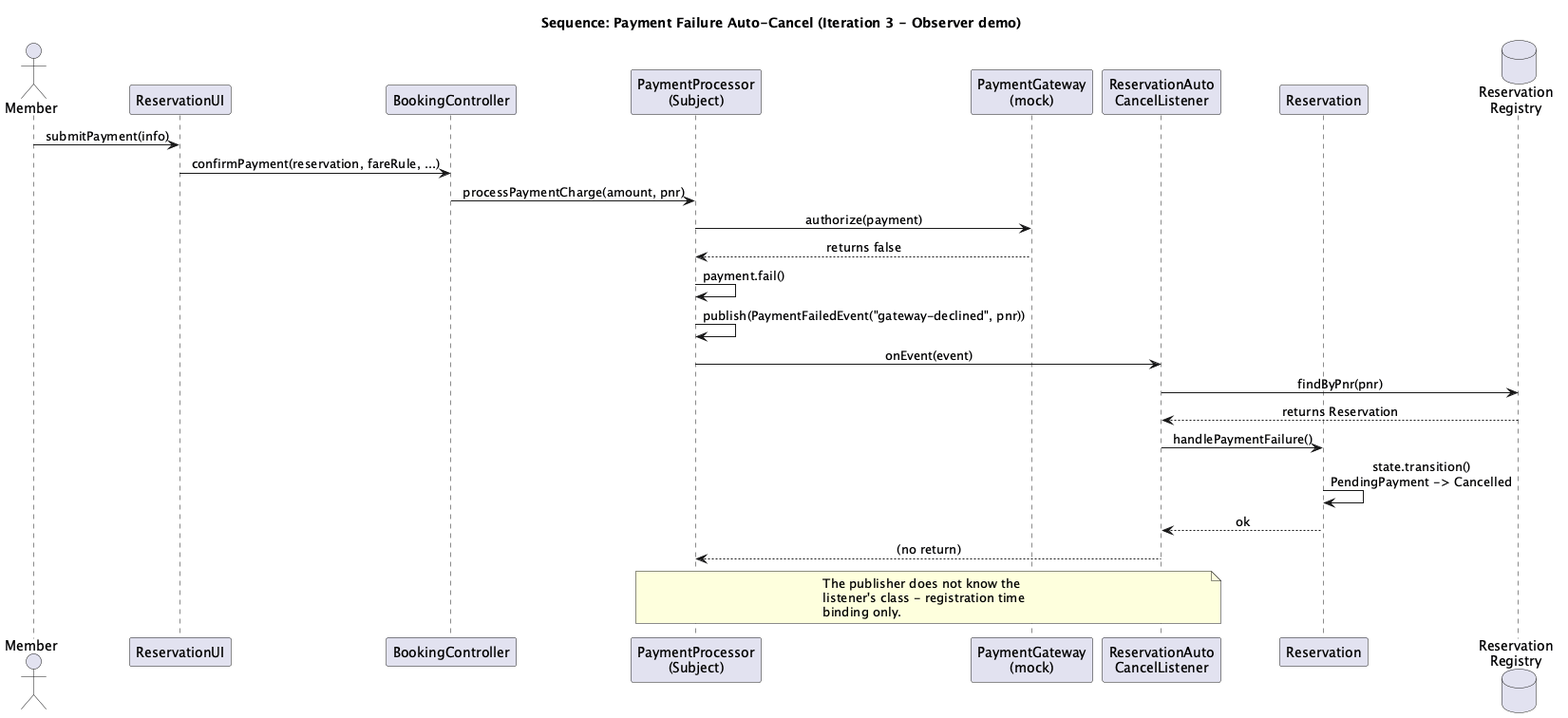
gimjungwook/KoreanAirReservationDomain keeps this PlantUML diagram as docs/diagrams/iter3-puml/sequence-payment-failure.png. Above is the earlier version. Source of this version:
```plantuml
@startuml sequence-payment-failure
title Sequence: Payment Failure Auto-Cancel (Iteration 3 - Observer demo)
skinparam sequenceMessageAlign center
skinparam sequenceFontSize 12

actor Member
participant "ReservationUI" as UI
participant "BookingController" as BC
participant "PaymentProcessor\n(Subject)" as PP
participant "PaymentGateway\n(mock)" as PG
participant "ReservationAuto\nCancelListener" as L
participant "Reservation" as R
database "Reservation\nRegistry" as Reg

Member -> UI : submitPayment(info)
UI -> BC : confirmPayment(reservation, fareRule, ...)
BC -> PP : processPaymentCharge(amount, pnr)
PP -> PG : authorize(payment)
PG --> PP : returns false
PP -> PP : payment.fail()
PP -> PP : publish(PaymentFailedEvent("gateway-declined", pnr))
PP -> L : onEvent(event)
L -> Reg : findByPnr(pnr)
Reg --> L : returns Reservation
L -> R : handlePaymentFailure()
R -> R : state.transition()\nPendingPayment -> Cancelled
R --> L : ok
L --> PP : (no return)

note over PP, L
  The publisher does not know the
  listener's class - registration time
  binding only.
end note
@enduml
```
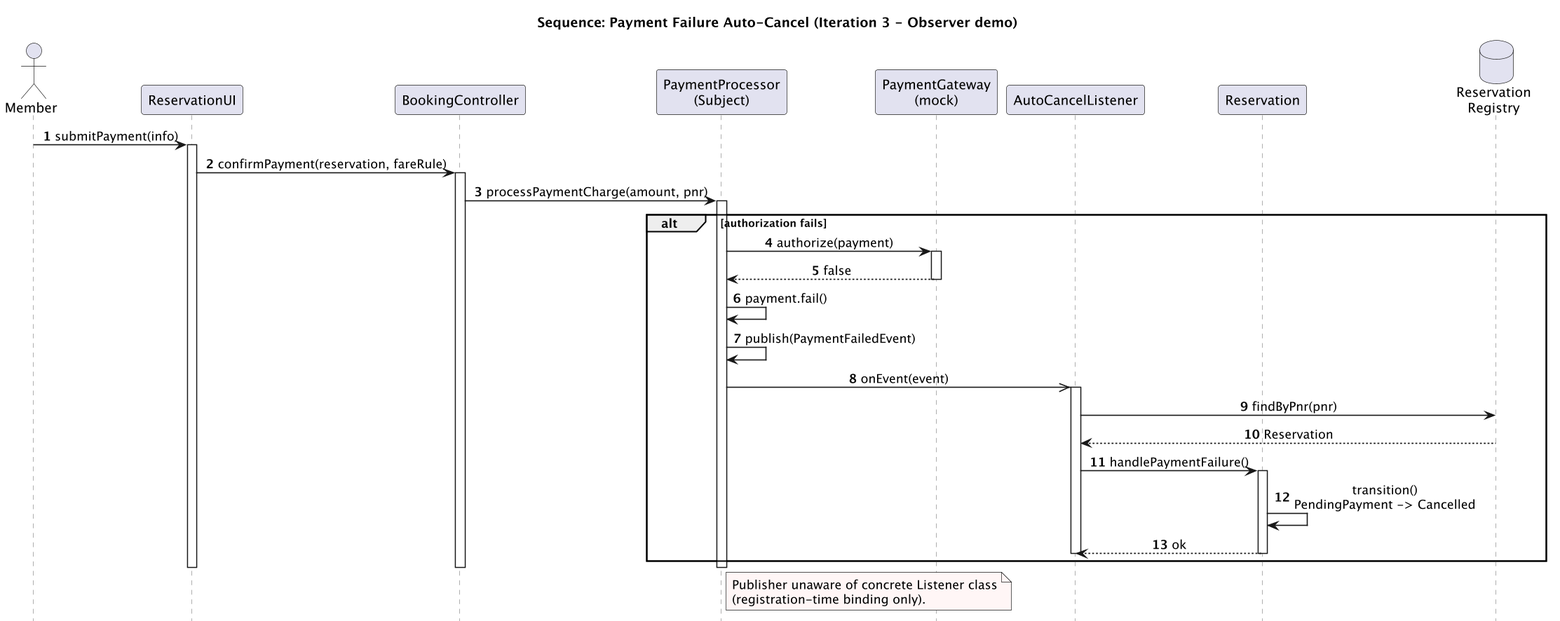
The same file after the commit.

What changed in the source:
```diff
@@ -1,35 +1,55 @@
 @startuml sequence-payment-failure
 title Sequence: Payment Failure Auto-Cancel (Iteration 3 - Observer demo)
 skinparam sequenceMessageAlign center
-skinparam sequenceFontSize 12
+skinparam sequenceFontSize 11
+skinparam shadowing false
+skinparam dpi 130
+skinparam sequenceArrowThickness 1.2
+skinparam sequenceLifeLineBorderColor #888
+hide footbox
+autonumber
 
 actor Member
 participant "ReservationUI" as UI
 participant "BookingController" as BC
 participant "PaymentProcessor\n(Subject)" as PP
 participant "PaymentGateway\n(mock)" as PG
-participant "ReservationAuto\nCancelListener" as L
+participant "AutoCancelListener" as L
 participant "Reservation" as R
 database "Reservation\nRegistry" as Reg
 
 Member -> UI : submitPayment(info)
-UI -> BC : confirmPayment(reservation, fareRule, ...)
+activate UI
+UI -> BC : confirmPayment(reservation, fareRule)
+activate BC
 BC -> PP : processPaymentCharge(amount, pnr)
-PP -> PG : authorize(payment)
-PG --> PP : returns false
-PP -> PP : payment.fail()
-PP -> PP : publish(PaymentFailedEvent("gateway-declined", pnr))
-PP -> L : onEvent(event)
-L -> Reg : findByPnr(pnr)
-Reg --> L : returns Reservation
-L -> R : handlePaymentFailure()
-R -> R : state.transition()\nPendingPayment -> Cancelled
-R --> L : ok
-L --> PP : (no return)
+activate PP
 
-note over PP, L
-  The publisher does not know the
-  listener's class - registration time
-  binding only.
+alt authorization fails
+  PP -> PG : authorize(payment)
+  activate PG
+  PG --> PP : false
+  deactivate PG
+  PP -> PP : payment.fail()
+  PP -> PP : publish(PaymentFailedEvent)
+  PP ->> L : onEvent(event)
+  activate L
+  L -> Reg : findByPnr(pnr)
+  Reg --> L : Reservation
+  L -> R : handlePaymentFailure()
+  activate R
+  R -> R : transition()\nPendingPayment -> Cancelled
+  R --> L : ok
+  deactivate R
+  deactivate L
+end
+
+deactivate PP
+deactivate BC
+deactivate UI
+
+note right of PP #FFF6F6
+  Publisher unaware of concrete Listener class
+  (registration-time binding only).
 end note
 @enduml
```
